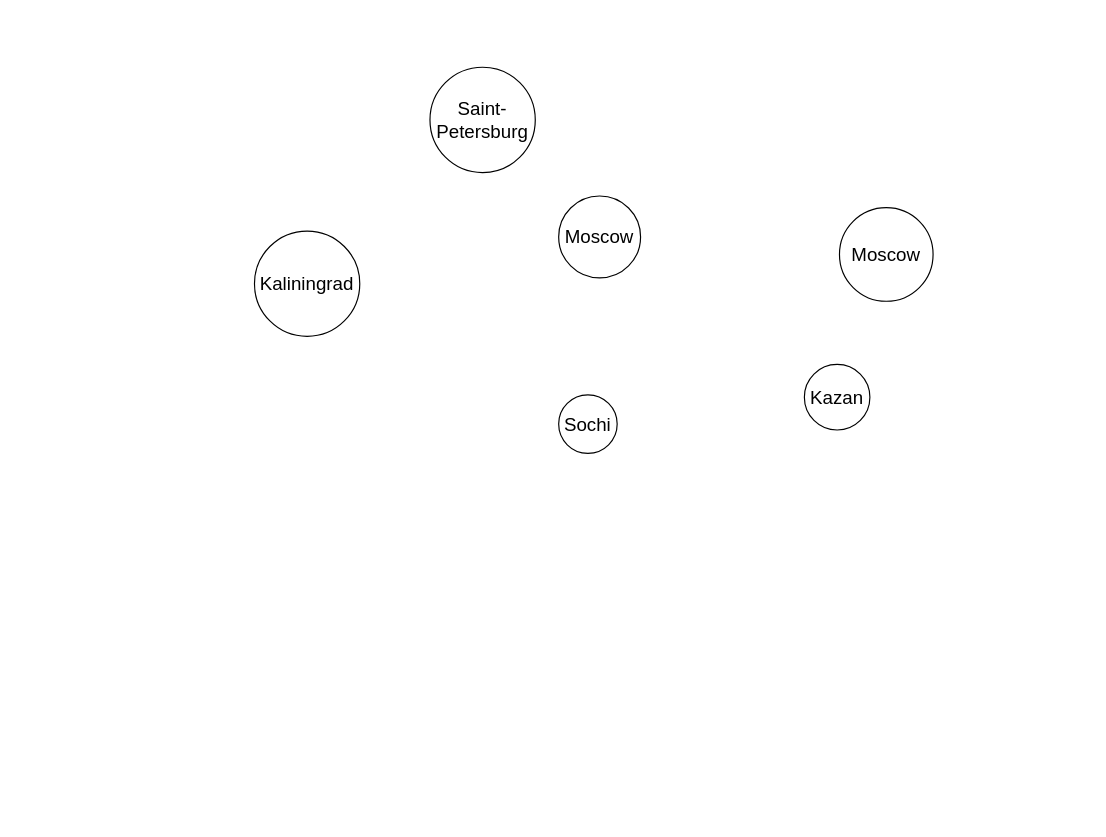
The draw.io diagram Untitled Diagram.drawio in DMfananddu/DSM, before the edit. Source tidied: cells renumbered, new cells numbered last; positions are measured from the earlier drawing's top-left corner, leaving out a move shared by most shapes. Both pictures are drawn from the tidied source at 117%, with x=0, y=0 at pixel (254, 67).
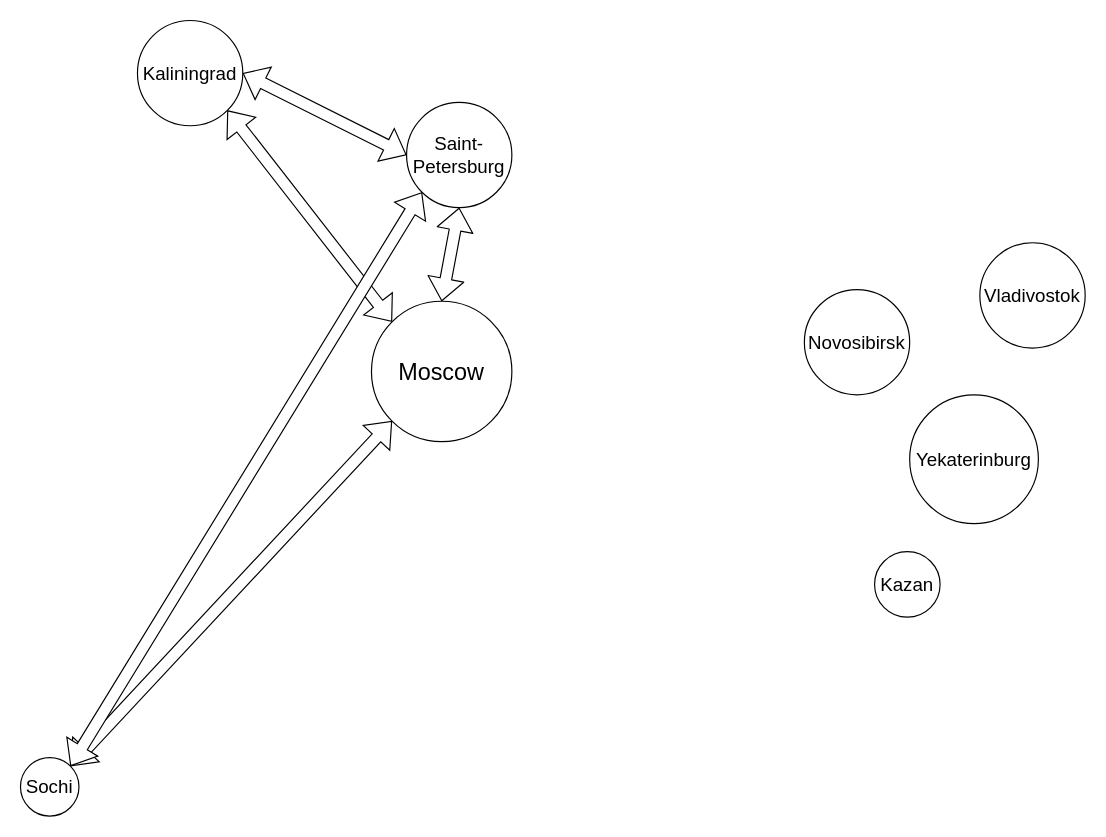
Above is the later version.

What changed in the source:
```diff
@@
 <mxGraphModel>
   <root>
     <mxCell id="0" />
     <mxCell id="1" parent="0" />
+    <mxCell id="8" style="rounded=0;jettySize=auto;html=1;exitX=0;exitY=0;exitDx=0;exitDy=0;entryX=1;entryY=1;entryDx=0;entryDy=0;shape=flexArrow;startArrow=block;fillColor=#ffffff;" parent="1" edge="1" source="2" target="6">
+      <mxGeometry relative="1" as="geometry" />
+    </mxCell>
+    <mxCell id="9" style="edgeStyle=none;shape=flexArrow;rounded=0;jettySize=auto;html=1;exitX=0;exitY=1;exitDx=0;exitDy=0;entryX=1;entryY=0;entryDx=0;entryDy=0;startArrow=block;fillColor=#ffffff;" parent="1" edge="1" source="2" target="4">
+      <mxGeometry relative="1" as="geometry" />
+    </mxCell>
-    <mxCell id="2" value="&lt;font style=&quot;font-size: 16px&quot;&gt;Moscow&lt;/font&gt;" style="ellipse;whiteSpace=wrap;html=1;" parent="1" vertex="1">
-      <mxGeometry x="260" y="110" width="70" height="70" as="geometry" />
+    <mxCell id="2" value="&lt;font style=&quot;font-size: 20px&quot;&gt;Moscow&lt;/font&gt;" style="ellipse;whiteSpace=wrap;html=1;" parent="1" vertex="1">
+      <mxGeometry x="100" y="200" width="120" height="120" as="geometry" />
     </mxCell>
+    <mxCell id="10" style="edgeStyle=none;shape=flexArrow;rounded=0;jettySize=auto;html=1;exitX=0;exitY=1;exitDx=0;exitDy=0;entryX=1;entryY=0;entryDx=0;entryDy=0;startArrow=block;fillColor=#ffffff;" parent="1" edge="1" source="3" target="4">
+      <mxGeometry relative="1" as="geometry" />
+    </mxCell>
     <mxCell id="3" value="&lt;font style=&quot;font-size: 16px&quot;&gt;Saint-Petersburg&lt;/font&gt;" style="ellipse;whiteSpace=wrap;html=1;" parent="1" vertex="1">
-      <mxGeometry x="150" width="90" height="90" as="geometry" />
+      <mxGeometry x="130" y="30" width="90" height="90" as="geometry" />
     </mxCell>
     <mxCell id="4" value="&lt;span style=&quot;font-size: 16px&quot;&gt;Sochi&lt;/span&gt;" style="ellipse;whiteSpace=wrap;html=1;" parent="1" vertex="1">
-      <mxGeometry x="260" y="280" width="50" height="50" as="geometry" />
+      <mxGeometry x="-200" y="590" width="50" height="50" as="geometry" />
     </mxCell>
-    <mxCell id="5" value="&lt;font style=&quot;font-size: 16px&quot;&gt;Moscow&lt;/font&gt;" style="ellipse;whiteSpace=wrap;html=1;" parent="1" vertex="1">
-      <mxGeometry x="500" y="120" width="80" height="80" as="geometry" />
+    <mxCell id="5" value="&lt;font style=&quot;font-size: 16px&quot;&gt;Yekaterinburg&lt;/font&gt;" style="ellipse;whiteSpace=wrap;html=1;" parent="1" vertex="1">
+      <mxGeometry x="560" y="280" width="110" height="110" as="geometry" />
     </mxCell>
+    <mxCell id="11" style="edgeStyle=none;shape=flexArrow;rounded=0;jettySize=auto;html=1;exitX=1;exitY=0.5;exitDx=0;exitDy=0;entryX=0;entryY=0.5;entryDx=0;entryDy=0;startArrow=block;fillColor=#ffffff;" parent="1" edge="1" source="6" target="3">
+      <mxGeometry relative="1" as="geometry" />
+    </mxCell>
     <mxCell id="6" value="&lt;font style=&quot;font-size: 16px&quot;&gt;Kaliningrad&lt;/font&gt;" style="ellipse;whiteSpace=wrap;html=1;" parent="1" vertex="1">
-      <mxGeometry y="140" width="90" height="90" as="geometry" />
+      <mxGeometry x="-100" y="-40" width="90" height="90" as="geometry" />
     </mxCell>
     <mxCell id="7" value="&lt;font style=&quot;font-size: 16px&quot;&gt;Kazan&lt;/font&gt;" style="ellipse;whiteSpace=wrap;html=1;" parent="1" vertex="1">
-      <mxGeometry x="470" y="254" width="56" height="56" as="geometry" />
+      <mxGeometry x="530" y="414" width="56" height="56" as="geometry" />
     </mxCell>
+    <mxCell id="12" value="&lt;font style=&quot;font-size: 16px&quot;&gt;Vladivostok&lt;/font&gt;" style="ellipse;whiteSpace=wrap;html=1;" parent="1" vertex="1">
+      <mxGeometry x="620" y="150" width="90" height="90" as="geometry" />
+    </mxCell>
+    <mxCell id="13" value="&lt;font style=&quot;font-size: 16px&quot;&gt;Novosibirsk&lt;/font&gt;" style="ellipse;whiteSpace=wrap;html=1;" parent="1" vertex="1">
+      <mxGeometry x="470" y="190" width="90" height="90" as="geometry" />
+    </mxCell>
+    <mxCell id="14" style="shape=flexArrow;endArrow=classic;html=1;exitX=0.5;exitY=0;exitDx=0;exitDy=0;entryX=0.5;entryY=1;entryDx=0;entryDy=0;startArrow=block;fillColor=#ffffff;" parent="1" edge="1" source="2" target="3">
+      <mxGeometry relative="1" as="geometry" />
+    </mxCell>
   </root>
 </mxGraphModel>
```
